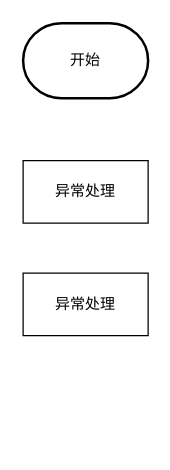
huangbaozhi/UML keeps this draw.io diagram as page "创建表格" (4 of 6) of Diagram Tanpa Judul.drawio. Above is the earlier version. Source tidied: cells renumbered, new cells numbered last; positions are measured from the earlier drawing's top-left corner, leaving out a move shared by most shapes. Both pictures are drawn from the tidied source at 125%, with x=0, y=0 at pixel (22, 22).
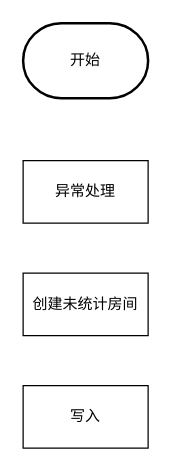
The same page after the edit.

Diff of the diagram source:
```diff
@@
 <mxGraphModel>
   <root>
     <mxCell id="0" />
     <mxCell id="1" parent="0" />
     <mxCell id="2" value="开始" style="strokeWidth=2;html=1;shape=mxgraph.flowchart.terminator;whiteSpace=wrap;" parent="1" vertex="1">
       <mxGeometry width="100" height="60" as="geometry" />
     </mxCell>
     <mxCell id="3" value="异常处理" style="rounded=0;whiteSpace=wrap;html=1;" parent="1" vertex="1">
       <mxGeometry y="110" width="100" height="50" as="geometry" />
     </mxCell>
-    <mxCell id="4" value="异常处理" style="rounded=0;whiteSpace=wrap;html=1;" parent="1" vertex="1">
+    <mxCell id="4" value="创建未统计房间" style="rounded=0;whiteSpace=wrap;html=1;" parent="1" vertex="1">
       <mxGeometry y="200" width="100" height="50" as="geometry" />
     </mxCell>
+    <mxCell id="5" value="写入" style="rounded=0;whiteSpace=wrap;html=1;" parent="1" vertex="1">
+      <mxGeometry y="290" width="100" height="50" as="geometry" />
+    </mxCell>
   </root>
 </mxGraphModel>
```
